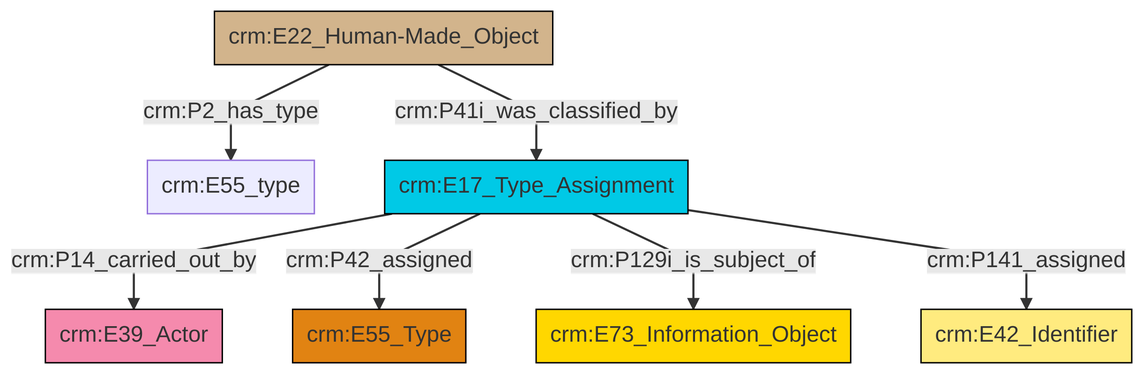
Before: et/builtWorkCSV/ttl/mmd/png/Built_Work_designation_status.png, a diagram exported from Mermaid (swiss-art-research-net/reference-data-models). Its source is kept beside it as et/builtWorkCSV/ttl/mmd/Built_Work_designation_status.ttl.mmd.
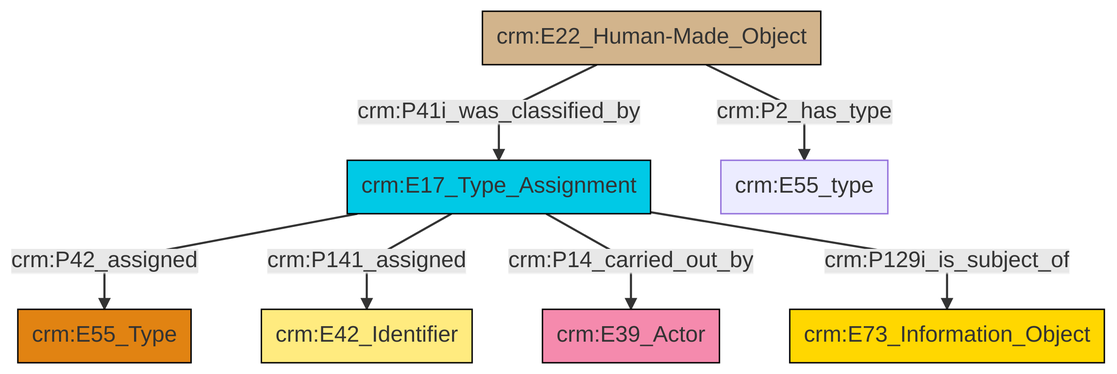
Later version of the same file.

The edit, as a diff of the source:
```diff
@@ -13,9 +13,9 @@
 classDef PC_Classes fill:#4ce600, stroke:#000000;
 classDef Multi fill:#cccccc,stroke:#000000;
 
-4["crm:E17_Type_Assignment"]:::Temporal_Entity -->|crm:P14_carried_out_by| 5["crm:E39_Actor"]:::Actor
-6["crm:E22_Human-Made_Object"]:::Physical_Thing -->|crm:P41i_was_classified_by| 4["crm:E17_Type_Assignment"]:::Temporal_Entity
-4["crm:E17_Type_Assignment"]:::Temporal_Entity -->|crm:P42_assigned| 2["crm:E55_Type"]:::Type
-4["crm:E17_Type_Assignment"]:::Temporal_Entity -->|crm:P129i_is_subject_of| 7["crm:E73_Information_Object"]:::Conceptual_Object
-4["crm:E17_Type_Assignment"]:::Temporal_Entity -->|crm:P141_assigned| 9["crm:E42_Identifier"]:::Appellation
-6["crm:E22_Human-Made_Object"]:::Physical_Thing -->|crm:P2_has_type| 0["crm:E55_type"]:::Default
+0["crm:E17_Type_Assignment"]:::Temporal_Entity -->|crm:P42_assigned| 4["crm:E55_Type"]:::Type
+5["crm:E22_Human-Made_Object"]:::Physical_Thing -->|crm:P2_has_type| 6["crm:E55_type"]:::Default
+0["crm:E17_Type_Assignment"]:::Temporal_Entity -->|crm:P141_assigned| 7["crm:E42_Identifier"]:::Appellation
+5["crm:E22_Human-Made_Object"]:::Physical_Thing -->|crm:P41i_was_classified_by| 0["crm:E17_Type_Assignment"]:::Temporal_Entity
+0["crm:E17_Type_Assignment"]:::Temporal_Entity -->|crm:P14_carried_out_by| 2["crm:E39_Actor"]:::Actor
+0["crm:E17_Type_Assignment"]:::Temporal_Entity -->|crm:P129i_is_subject_of| 10["crm:E73_Information_Object"]:::Conceptual_Object
```
